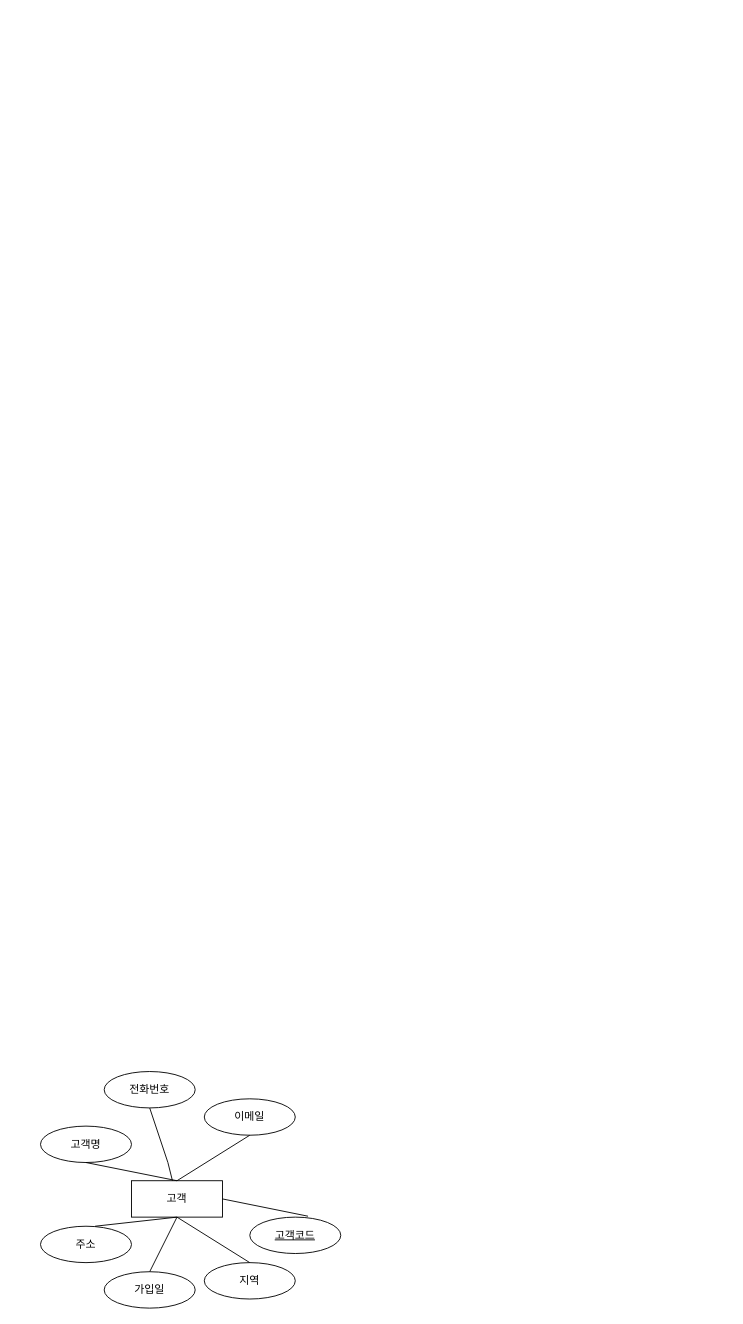
dao9933/ai8erd keeps this draw.io diagram as page "페이지-1" (1 of 2) of erd.drawio. Above is the earlier version. Source tidied: cells renumbered, new cells numbered last; positions are measured from the earlier drawing's top-left corner, leaving out a move shared by most shapes. Both pictures are drawn from the tidied source at 91%, with x=0, y=0 at pixel (40, 1071).
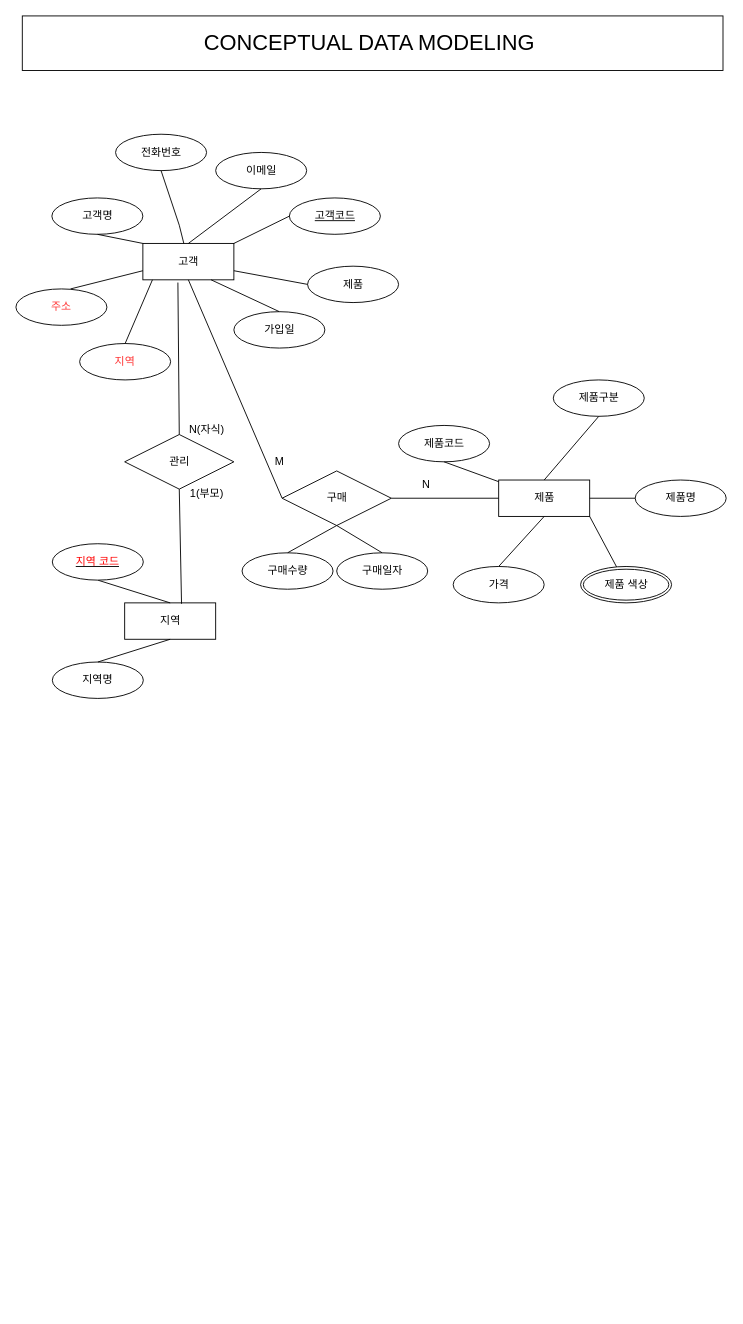
The same page after the edit.

What changed in the source:
```diff
@@
     <mxCell id="2" value="고객" style="whiteSpace=wrap;html=1;align=center;rounded=0;" parent="1" vertex="1">
-      <mxGeometry x="100" y="120" width="100" height="40" as="geometry" />
+      <mxGeometry x="112.5" y="-910" width="100" height="40" as="geometry" />
     </mxCell>
-    <mxCell id="3" value="고객명" style="ellipse;whiteSpace=wrap;html=1;align=center;" parent="1" vertex="1">
-      <mxGeometry y="60" width="100" height="40" as="geometry" />
+    <mxCell id="3" value="고객명" style="ellipse;whiteSpace=wrap;html=1;align=center;rounded=0;" parent="1" vertex="1">
+      <mxGeometry x="12.5" y="-960" width="100" height="40" as="geometry" />
     </mxCell>
-    <mxCell id="4" style="endArrow=none;html=1;rounded=0;entryX=0.5;entryY=0;entryDx=0;entryDy=0;" parent="1" edge="1" target="2">
-      <mxGeometry relative="1" as="geometry">
-        <mxPoint x="50" y="100" as="sourcePoint" />
-      </mxGeometry>
+    <mxCell id="4" style="endArrow=none;html=1;rounded=0;entryX=0;entryY=0;entryDx=0;entryDy=0;exitX=0.5;exitY=1;exitDx=0;exitDy=0;" parent="1" edge="1" source="3" target="2">
+      <mxGeometry relative="1" as="geometry" />
     </mxCell>
-    <mxCell id="5" value="이메일" style="ellipse;whiteSpace=wrap;html=1;align=center;" parent="1" vertex="1">
-      <mxGeometry x="180" y="30" width="100" height="40" as="geometry" />
+    <mxCell id="5" value="이메일" style="ellipse;whiteSpace=wrap;html=1;align=center;rounded=0;" parent="1" vertex="1">
+      <mxGeometry x="192.5" y="-1010" width="100" height="40" as="geometry" />
     </mxCell>
-    <mxCell id="6" value="지역" style="ellipse;whiteSpace=wrap;html=1;align=center;" parent="1" vertex="1">
-      <mxGeometry x="180" y="210" width="100" height="40" as="geometry" />
+    <mxCell id="6" value="가입일" style="ellipse;whiteSpace=wrap;html=1;align=center;rounded=0;" parent="1" vertex="1">
+      <mxGeometry x="212.5" y="-835" width="100" height="40" as="geometry" />
     </mxCell>
-    <mxCell id="7" value="주소" style="ellipse;whiteSpace=wrap;html=1;align=center;" parent="1" vertex="1">
-      <mxGeometry y="170" width="100" height="40" as="geometry" />
+    <mxCell id="7" value="&lt;font color=&quot;#ff3333&quot;&gt;주소&lt;/font&gt;" style="ellipse;whiteSpace=wrap;html=1;align=center;rounded=0;" parent="1" vertex="1">
+      <mxGeometry x="-27" y="-860" width="100" height="40" as="geometry" />
     </mxCell>
-    <mxCell id="8" value="전화번호" style="ellipse;whiteSpace=wrap;html=1;align=center;" parent="1" vertex="1">
-      <mxGeometry x="70" width="100" height="40" as="geometry" />
+    <mxCell id="8" value="전화번호" style="ellipse;whiteSpace=wrap;html=1;align=center;rounded=0;" parent="1" vertex="1">
+      <mxGeometry x="82.5" y="-1030" width="100" height="40" as="geometry" />
     </mxCell>
-    <mxCell id="9" style="endArrow=none;html=1;rounded=0;entryX=0.5;entryY=0;entryDx=0;entryDy=0;exitX=0.5;exitY=1;exitDx=0;exitDy=0;" parent="1" edge="1" source="2" target="6">
+    <mxCell id="9" style="endArrow=none;html=1;rounded=0;entryX=0.5;entryY=0;entryDx=0;entryDy=0;exitX=0.75;exitY=1;exitDx=0;exitDy=0;" parent="1" edge="1" source="2" target="6">
       <mxGeometry relative="1" as="geometry" />
     </mxCell>
-    <mxCell id="10" style="endArrow=none;html=1;rounded=0;exitX=0.6;exitY=0;exitDx=0;exitDy=0;exitPerimeter=0;entryX=0.5;entryY=1;entryDx=0;entryDy=0;" parent="1" edge="1" source="7" target="2">
+    <mxCell id="10" style="endArrow=none;html=1;rounded=0;exitX=0.6;exitY=0;exitDx=0;exitDy=0;exitPerimeter=0;entryX=0;entryY=0.75;entryDx=0;entryDy=0;" parent="1" edge="1" source="7" target="2">
       <mxGeometry relative="1" as="geometry" />
     </mxCell>
@@
     <mxCell id="12" style="endArrow=none;html=1;rounded=0;entryX=0.5;entryY=1;entryDx=0;entryDy=0;" parent="1" edge="1" source="2" target="8">
       <mxGeometry relative="1" as="geometry">
         <Array as="points">
-          <mxPoint x="140" y="100" />
+          <mxPoint x="152.5" y="-930" />
         </Array>
       </mxGeometry>
     </mxCell>
-    <mxCell id="13" value="가입일" style="ellipse;whiteSpace=wrap;html=1;align=center;" parent="1" vertex="1">
-      <mxGeometry x="70" y="220" width="100" height="40" as="geometry" />
+    <mxCell id="13" value="&lt;font color=&quot;#ff3333&quot;&gt;지역&lt;/font&gt;" style="ellipse;whiteSpace=wrap;html=1;align=center;rounded=0;" parent="1" vertex="1">
+      <mxGeometry x="43" y="-800" width="100" height="40" as="geometry" />
     </mxCell>
-    <mxCell id="14" style="endArrow=none;html=1;rounded=0;entryX=0.5;entryY=0;entryDx=0;entryDy=0;exitX=0.5;exitY=1;exitDx=0;exitDy=0;" parent="1" edge="1" source="2" target="13">
-      <mxGeometry relative="1" as="geometry" />
+    <mxCell id="14" style="endArrow=none;html=1;rounded=0;entryX=0.5;entryY=0;entryDx=0;entryDy=0;exitX=0.5;exitY=1;exitDx=0;exitDy=0;" parent="1" edge="1" target="13">
+      <mxGeometry relative="1" as="geometry">
+        <mxPoint x="123" y="-870" as="sourcePoint" />
+      </mxGeometry>
     </mxCell>
-    <mxCell id="15" value="고객코드" style="ellipse;whiteSpace=wrap;html=1;align=center;fontStyle=4;" parent="1" vertex="1">
-      <mxGeometry x="230" y="160" width="100" height="40" as="geometry" />
+    <mxCell id="15" value="고객코드" style="ellipse;whiteSpace=wrap;html=1;align=center;fontStyle=4;rounded=0;" parent="1" vertex="1">
+      <mxGeometry x="273.5" y="-960" width="100" height="40" as="geometry" />
     </mxCell>
-    <mxCell id="16" style="endArrow=none;html=1;rounded=0;entryX=0.64;entryY=-0.025;entryDx=0;entryDy=0;entryPerimeter=0;exitX=1;exitY=0.5;exitDx=0;exitDy=0;" parent="1" edge="1" source="2" target="15">
+    <mxCell id="16" style="endArrow=none;html=1;rounded=0;entryX=0;entryY=0.5;entryDx=0;entryDy=0;exitX=1;exitY=0;exitDx=0;exitDy=0;" parent="1" edge="1" source="2" target="15">
       <mxGeometry relative="1" as="geometry" />
     </mxCell>
+    <mxCell id="17" value="지역" style="whiteSpace=wrap;html=1;align=center;rounded=0;" parent="1" vertex="1">
+      <mxGeometry x="92.5" y="-515" width="100" height="40" as="geometry" />
+    </mxCell>
+    <mxCell id="18" value="지역명" style="ellipse;whiteSpace=wrap;html=1;align=center;rounded=0;" parent="1" vertex="1">
+      <mxGeometry x="13" y="-450" width="100" height="40" as="geometry" />
+    </mxCell>
+    <mxCell id="19" style="endArrow=none;html=1;rounded=0;entryX=0.5;entryY=0;entryDx=0;entryDy=0;exitX=0.5;exitY=1;exitDx=0;exitDy=0;" parent="1" edge="1" source="20" target="17">
+      <mxGeometry relative="1" as="geometry" />
+    </mxCell>
+    <mxCell id="20" value="&lt;font color=&quot;#ff0000&quot;&gt;지역 코드&lt;/font&gt;" style="ellipse;whiteSpace=wrap;html=1;align=center;fontStyle=4;" parent="1" vertex="1">
+      <mxGeometry x="13" y="-580" width="100" height="40" as="geometry" />
+    </mxCell>
+    <mxCell id="21" style="endArrow=none;html=1;rounded=0;entryX=0.5;entryY=1;entryDx=0;entryDy=0;exitX=0.5;exitY=0;exitDx=0;exitDy=0;" parent="1" edge="1" source="18" target="17">
+      <mxGeometry relative="1" as="geometry" />
+    </mxCell>
+    <mxCell id="22" value="제품" style="ellipse;whiteSpace=wrap;html=1;align=center;rounded=0;" parent="1" vertex="1">
+      <mxGeometry x="293.5" y="-885" width="100" height="40" as="geometry" />
+    </mxCell>
+    <mxCell id="23" style="endArrow=none;html=1;rounded=0;exitX=1;exitY=0.75;exitDx=0;exitDy=0;" parent="1" edge="1" source="2">
+      <mxGeometry relative="1" as="geometry">
+        <mxPoint x="293.5" y="-865" as="targetPoint" />
+      </mxGeometry>
+    </mxCell>
+    <mxCell id="24" value="제품" style="whiteSpace=wrap;html=1;align=center;rounded=0;" parent="1" vertex="1">
+      <mxGeometry x="503.5" y="-650" width="100" height="40" as="geometry" />
+    </mxCell>
+    <mxCell id="25" value="제품코드" style="ellipse;whiteSpace=wrap;html=1;align=center;" parent="1" vertex="1">
+      <mxGeometry x="393.5" y="-710" width="100" height="40" as="geometry" />
+    </mxCell>
+    <mxCell id="26" value="제품명" style="ellipse;whiteSpace=wrap;html=1;align=center;" parent="1" vertex="1">
+      <mxGeometry x="653.5" y="-650" width="100" height="40" as="geometry" />
+    </mxCell>
+    <mxCell id="27" value="제품구분" style="ellipse;whiteSpace=wrap;html=1;align=center;" parent="1" vertex="1">
+      <mxGeometry x="563.5" y="-760" width="100" height="40" as="geometry" />
+    </mxCell>
+    <mxCell id="28" value="제품 색상" style="ellipse;shape=doubleEllipse;margin=3;whiteSpace=wrap;html=1;align=center;" parent="1" vertex="1">
+      <mxGeometry x="593.5" y="-555" width="100" height="40" as="geometry" />
+    </mxCell>
+    <mxCell id="29" value="가격" style="ellipse;whiteSpace=wrap;html=1;align=center;" parent="1" vertex="1">
+      <mxGeometry x="453.5" y="-555" width="100" height="40" as="geometry" />
+    </mxCell>
+    <mxCell id="30" style="endArrow=none;html=1;rounded=0;exitX=0.5;exitY=1;exitDx=0;exitDy=0;" parent="1" edge="1" source="25" target="24">
+      <mxGeometry relative="1" as="geometry" />
+    </mxCell>
+    <mxCell id="31" style="endArrow=none;html=1;rounded=0;exitX=0;exitY=0.5;exitDx=0;exitDy=0;" parent="1" edge="1" source="26" target="24">
+      <mxGeometry relative="1" as="geometry" />
+    </mxCell>
+    <mxCell id="32" style="endArrow=none;html=1;rounded=0;exitX=0.5;exitY=0;exitDx=0;exitDy=0;entryX=0.5;entryY=1;entryDx=0;entryDy=0;" parent="1" edge="1" source="29" target="24">
+      <mxGeometry relative="1" as="geometry" />
+    </mxCell>
+    <mxCell id="33" style="endArrow=none;html=1;rounded=0;entryX=1;entryY=1;entryDx=0;entryDy=0;" parent="1" edge="1" source="28" target="24">
+      <mxGeometry relative="1" as="geometry" />
+    </mxCell>
+    <mxCell id="34" style="endArrow=none;html=1;rounded=0;exitX=0.5;exitY=1;exitDx=0;exitDy=0;entryX=0.5;entryY=0;entryDx=0;entryDy=0;" parent="1" edge="1" source="27" target="24">
+      <mxGeometry relative="1" as="geometry" />
+    </mxCell>
+    <mxCell id="35" value="관리" style="shape=rhombus;perimeter=rhombusPerimeter;whiteSpace=wrap;html=1;align=center;" parent="1" vertex="1">
+      <mxGeometry x="92.5" y="-700" width="120" height="60" as="geometry" />
+    </mxCell>
+    <mxCell id="36" style="endArrow=none;html=1;rounded=0;entryX=0.5;entryY=1;entryDx=0;entryDy=0;exitX=0.625;exitY=0.025;exitDx=0;exitDy=0;exitPerimeter=0;" parent="1" edge="1" source="17" target="35">
+      <mxGeometry relative="1" as="geometry" />
+    </mxCell>
+    <mxCell id="37" style="endArrow=none;html=1;rounded=0;entryX=0.5;entryY=0;entryDx=0;entryDy=0;exitX=0.385;exitY=1.075;exitDx=0;exitDy=0;exitPerimeter=0;" parent="1" edge="1" source="2" target="35">
+      <mxGeometry relative="1" as="geometry" />
+    </mxCell>
+    <mxCell id="38" value="구매" style="shape=rhombus;perimeter=rhombusPerimeter;whiteSpace=wrap;html=1;align=center;" parent="1" vertex="1">
+      <mxGeometry x="265.5" y="-660" width="120" height="60" as="geometry" />
+    </mxCell>
+    <mxCell id="39" style="endArrow=none;html=1;rounded=0;entryX=0;entryY=0.5;entryDx=0;entryDy=0;exitX=0.5;exitY=1;exitDx=0;exitDy=0;" parent="1" edge="1" source="2" target="38">
+      <mxGeometry relative="1" as="geometry" />
+    </mxCell>
+    <mxCell id="40" style="endArrow=none;html=1;rounded=0;entryX=0;entryY=0.5;entryDx=0;entryDy=0;exitX=1;exitY=0.5;exitDx=0;exitDy=0;" parent="1" edge="1" source="38" target="24">
+      <mxGeometry relative="1" as="geometry" />
+    </mxCell>
+    <mxCell id="41" value="구매수량" style="ellipse;whiteSpace=wrap;html=1;align=center;" parent="1" vertex="1">
+      <mxGeometry x="221.5" y="-570" width="100" height="40" as="geometry" />
+    </mxCell>
+    <mxCell id="42" value="구매일자" style="ellipse;whiteSpace=wrap;html=1;align=center;" parent="1" vertex="1">
+      <mxGeometry x="325.5" y="-570" width="100" height="40" as="geometry" />
+    </mxCell>
+    <mxCell id="43" style="endArrow=none;html=1;rounded=0;entryX=0.5;entryY=1;entryDx=0;entryDy=0;exitX=0.5;exitY=0;exitDx=0;exitDy=0;" parent="1" edge="1" source="41" target="38">
+      <mxGeometry relative="1" as="geometry" />
+    </mxCell>
+    <mxCell id="44" style="endArrow=none;html=1;rounded=0;entryX=0.5;entryY=0;entryDx=0;entryDy=0;exitX=0.5;exitY=1;exitDx=0;exitDy=0;" parent="1" edge="1" source="38" target="42">
+      <mxGeometry relative="1" as="geometry" />
+    </mxCell>
+    <mxCell id="45" value="&lt;font style=&quot;font-size: 24px;&quot;&gt;CONCEPTUAL DATA MODELING&amp;nbsp;&lt;/font&gt;" style="rounded=0;whiteSpace=wrap;html=1;" parent="1" vertex="1">
+      <mxGeometry x="-20" y="-1160" width="770" height="60" as="geometry" />
+    </mxCell>
+    <mxCell id="46" value="N(자식)" style="text;html=1;strokeColor=none;fillColor=none;align=center;verticalAlign=middle;whiteSpace=wrap;rounded=0;" parent="1" vertex="1">
+      <mxGeometry x="152.5" y="-720" width="60" height="30" as="geometry" />
+    </mxCell>
+    <mxCell id="47" value="1(부모)" style="text;html=1;strokeColor=none;fillColor=none;align=center;verticalAlign=middle;whiteSpace=wrap;rounded=0;" parent="1" vertex="1">
+      <mxGeometry x="152.5" y="-650" width="60" height="30" as="geometry" />
+    </mxCell>
+    <mxCell id="48" value="N" style="text;html=1;strokeColor=none;fillColor=none;align=center;verticalAlign=middle;whiteSpace=wrap;rounded=0;" parent="1" vertex="1">
+      <mxGeometry x="393.5" y="-660" width="60" height="30" as="geometry" />
+    </mxCell>
+    <mxCell id="49" value="M" style="text;html=1;strokeColor=none;fillColor=none;align=center;verticalAlign=middle;whiteSpace=wrap;rounded=0;" parent="1" vertex="1">
+      <mxGeometry x="232.5" y="-685" width="60" height="30" as="geometry" />
+    </mxCell>
```
